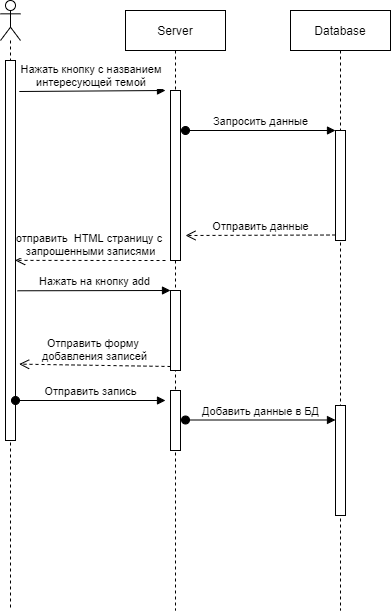
The draw.io diagram Diagrams/sequency/sequency.png in Hael13/TRITPO, before a commit. Source tidied: cells renumbered, new cells last; positions are measured from the earlier drawing's top-left corner, leaving out a move shared by most shapes.
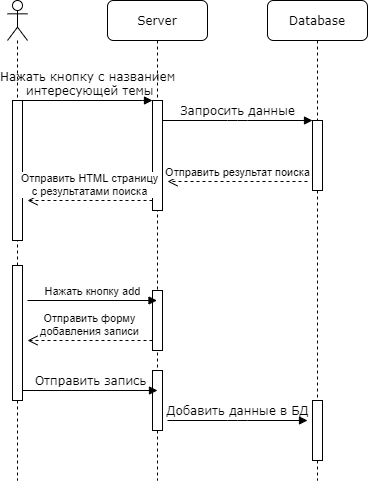
After the commit.

What changed in the source:
```diff
@@ -1,76 +1,77 @@
-<mxGraphModel>
+<mxGraphModel background="#ffffff">
   <root>
     <mxCell id="0" />
     <mxCell id="1" parent="0" />
+    <mxCell id="19" style="shape=umlLifeline;participant=umlActor;perimeter=lifelinePerimeter;whiteSpace=wrap;html=1;verticalAlign=top;spacingTop=36;" parent="1" vertex="1">
+      <mxGeometry x="65" y="10" width="20" height="480" as="geometry" />
+    </mxCell>
+    <mxCell id="20" style="html=1;perimeter=orthogonalPerimeter;" parent="19" vertex="1">
+      <mxGeometry x="5" y="265" width="10" height="135" as="geometry" />
+    </mxCell>
-    <mxCell id="2" value="Server" style="shape=umlLifeline;perimeter=lifelinePerimeter;whiteSpace=wrap;html=1;outlineConnect=0;" parent="1" vertex="1">
-      <mxGeometry x="125" y="10" width="100" height="600" as="geometry" />
+    <mxCell id="2" value="Server" style="shape=umlLifeline;perimeter=lifelinePerimeter;whiteSpace=wrap;html=1;outlineConnect=0;rounded=1;shadow=0;comic=0;labelBackgroundColor=none;strokeWidth=1;fontFamily=Verdana;fontSize=12;align=center;" parent="1" vertex="1">
+      <mxGeometry x="165" y="10" width="100" height="480" as="geometry" />
     </mxCell>
-    <mxCell id="3" style="shape=umlLifeline;participant=umlActor;perimeter=lifelinePerimeter;whiteSpace=wrap;html=1;verticalAlign=top;spacingTop=36;" parent="1" vertex="1">
-      <mxGeometry width="20" height="610" as="geometry" />
-    </mxCell>
+    <mxCell id="21" style="html=1;points=[];perimeter=orthogonalPerimeter;rounded=0;shadow=0;comic=0;labelBackgroundColor=none;strokeWidth=1;fontFamily=Verdana;fontSize=12;align=center;" parent="2" vertex="1">
+      <mxGeometry x="45" y="100" width="10" height="110" as="geometry" />
+    </mxCell>
+    <mxCell id="22" style="html=1;perimeter=orthogonalPerimeter;" parent="2" vertex="1">
+      <mxGeometry x="45" y="290" width="10" height="60" as="geometry" />
+    </mxCell>
+    <mxCell id="23" style="html=1;perimeter=orthogonalPerimeter;" parent="2" vertex="1">
+      <mxGeometry x="45" y="370" width="10" height="60" as="geometry" />
+    </mxCell>
-    <mxCell id="4" value="Database" style="shape=umlLifeline;perimeter=lifelinePerimeter;whiteSpace=wrap;html=1;" parent="1" vertex="1">
-      <mxGeometry x="290" y="10" width="100" height="600" as="geometry" />
+    <mxCell id="4" value="Database" style="shape=umlLifeline;perimeter=lifelinePerimeter;whiteSpace=wrap;html=1;rounded=1;shadow=0;comic=0;labelBackgroundColor=none;strokeWidth=1;fontFamily=Verdana;fontSize=12;align=center;" parent="1" vertex="1">
+      <mxGeometry x="325" y="10" width="100" height="480" as="geometry" />
     </mxCell>
-    <mxCell id="5" style="html=1;points=[];perimeter=orthogonalPerimeter;" parent="1" vertex="1">
-      <mxGeometry x="5" y="60" width="10" height="380" as="geometry" />
-    </mxCell>
-    <mxCell id="6" style="html=1;perimeter=orthogonalPerimeter;" parent="1" vertex="1">
-      <mxGeometry x="170" y="90" width="10" height="170" as="geometry" />
-    </mxCell>
-    <mxCell id="7" value="Нажать кнопку с названием&amp;nbsp;&lt;br&gt;интересующей темой&amp;nbsp;" style="html=1;verticalAlign=bottom;endArrow=block;exitX=1.28;exitY=0.124;exitDx=0;exitDy=0;exitPerimeter=0;" parent="1" edge="1">
-      <mxGeometry relative="1" as="geometry">
-        <mxPoint x="18.8" y="91" as="sourcePoint" />
-        <mxPoint x="165" y="90" as="targetPoint" />
-      </mxGeometry>
-    </mxCell>
-    <mxCell id="8" value="отправить&amp;nbsp; HTML страницу с&amp;nbsp;&lt;br&gt;запрошенными записями" style="html=1;verticalAlign=bottom;endArrow=open;dashed=1;endSize=8;entryX=0.96;entryY=0.526;entryDx=0;entryDy=0;entryPerimeter=0;" parent="1" edge="1" target="5">
-      <mxGeometry relative="1" as="geometry">
-        <mxPoint x="165" y="260" as="sourcePoint" />
-        <Array as="points">
-          <mxPoint x="125" y="260" />
-        </Array>
-      </mxGeometry>
-    </mxCell>
+    <mxCell id="24" style="html=1;points=[];perimeter=orthogonalPerimeter;rounded=0;shadow=0;comic=0;labelBackgroundColor=none;strokeWidth=1;fontFamily=Verdana;fontSize=12;align=center;" parent="4" vertex="1">
+      <mxGeometry x="45" y="120" width="10" height="70" as="geometry" />
+    </mxCell>
+    <mxCell id="25" style="html=1;perimeter=orthogonalPerimeter;" parent="4" vertex="1">
+      <mxGeometry x="45" y="400" width="10" height="60" as="geometry" />
+    </mxCell>
+    <mxCell id="26" value="Нажать кнопку с названием&lt;br&gt;&amp;nbsp;интересующей темы" style="html=1;verticalAlign=bottom;endArrow=block;entryX=0;entryY=0;labelBackgroundColor=none;fontFamily=Verdana;fontSize=12;edgeStyle=elbowEdgeStyle;elbow=vertical;" parent="1" edge="1" source="27" target="21">
+      <mxGeometry relative="1" as="geometry" />
+    </mxCell>
-    <mxCell id="9" value="Запросить данные" style="html=1;verticalAlign=bottom;startArrow=oval;endArrow=block;startSize=8;" parent="1" edge="1">
-      <mxGeometry relative="1" as="geometry">
-        <mxPoint x="185" y="130" as="sourcePoint" />
-        <mxPoint x="335" y="130" as="targetPoint" />
-      </mxGeometry>
+    <mxCell id="9" value="Запросить данные" style="html=1;verticalAlign=bottom;endArrow=block;entryX=0;entryY=0;labelBackgroundColor=none;fontFamily=Verdana;fontSize=12;edgeStyle=elbowEdgeStyle;elbow=vertical;" parent="1" edge="1" source="21" target="24">
+      <mxGeometry relative="1" as="geometry" />
     </mxCell>
-    <mxCell id="10" style="html=1;points=[];perimeter=orthogonalPerimeter;" parent="1" vertex="1">
-      <mxGeometry x="335" y="130" width="10" height="110" as="geometry" />
-    </mxCell>
-    <mxCell id="11" value="Отправить данные" style="html=1;verticalAlign=bottom;endArrow=open;dashed=1;endSize=8;exitX=0;exitY=0.95;" parent="1" edge="1" source="10">
-      <mxGeometry relative="1" as="geometry">
-        <mxPoint x="185" y="235" as="targetPoint" />
-      </mxGeometry>
-    </mxCell>
-    <mxCell id="12" style="html=1;points=[];perimeter=orthogonalPerimeter;" parent="1" vertex="1">
-      <mxGeometry x="170" y="290" width="10" height="80" as="geometry" />
-    </mxCell>
-    <mxCell id="13" value="Нажать на кнопку add" style="html=1;verticalAlign=bottom;endArrow=block;entryX=0;entryY=0;exitX=1.2;exitY=0.606;exitDx=0;exitDy=0;exitPerimeter=0;" parent="1" edge="1" source="5" target="12">
-      <mxGeometry relative="1" as="geometry" />
-    </mxCell>
-    <mxCell id="14" value="Отправить форму &lt;br&gt;добавления записей" style="html=1;verticalAlign=bottom;endArrow=open;dashed=1;endSize=8;exitX=0;exitY=0.95;entryX=1.36;entryY=0.799;entryDx=0;entryDy=0;entryPerimeter=0;" parent="1" edge="1" source="12" target="5">
-      <mxGeometry relative="1" as="geometry" />
-    </mxCell>
-    <mxCell id="15" style="html=1;perimeter=orthogonalPerimeter;" parent="1" vertex="1">
-      <mxGeometry x="170" y="390" width="10" height="60" as="geometry" />
-    </mxCell>
+    <mxCell id="27" style="html=1;points=[];perimeter=orthogonalPerimeter;rounded=0;shadow=0;comic=0;labelBackgroundColor=none;strokeWidth=1;fontFamily=Verdana;fontSize=12;align=center;" parent="1" vertex="1">
+      <mxGeometry x="70" y="110" width="10" height="140" as="geometry" />
+    </mxCell>
+    <mxCell id="28" value="Отправить результат поиска" style="html=1;verticalAlign=bottom;endArrow=open;dashed=1;endSize=8;" parent="1" edge="1">
+      <mxGeometry relative="1" as="geometry">
+        <mxPoint x="365" y="191" as="sourcePoint" />
+        <mxPoint x="225" y="191" as="targetPoint" />
+      </mxGeometry>
+    </mxCell>
+    <mxCell id="29" value="Нажать кнопку add" style="html=1;verticalAlign=bottom;endArrow=block;" parent="1" edge="1" target="2">
+      <mxGeometry relative="1" as="geometry">
+        <mxPoint x="85" y="310" as="sourcePoint" />
+      </mxGeometry>
+    </mxCell>
+    <mxCell id="30" value="Отправить HTML страницу&lt;br&gt;с результатами поиска" style="html=1;verticalAlign=bottom;endArrow=open;dashed=1;endSize=8;" parent="1" edge="1">
+      <mxGeometry relative="1" as="geometry">
+        <mxPoint x="210" y="210" as="sourcePoint" />
+        <mxPoint x="85" y="210" as="targetPoint" />
+      </mxGeometry>
+    </mxCell>
+    <mxCell id="31" value="Отправить форму&lt;br&gt;добавления записи" style="html=1;verticalAlign=bottom;endArrow=open;dashed=1;endSize=8;" parent="1" edge="1">
+      <mxGeometry relative="1" as="geometry">
+        <mxPoint x="210" y="350" as="sourcePoint" />
+        <mxPoint x="85" y="350" as="targetPoint" />
+      </mxGeometry>
+    </mxCell>
-    <mxCell id="16" value="Отправить запись" style="html=1;verticalAlign=bottom;startArrow=oval;startFill=1;endArrow=block;startSize=8;" parent="1" edge="1">
+    <mxCell id="16" value="Отправить запись" style="html=1;verticalAlign=bottom;endArrow=block;labelBackgroundColor=none;fontFamily=Verdana;fontSize=12;edgeStyle=elbowEdgeStyle;elbow=vertical;" parent="1" edge="1">
       <mxGeometry relative="1" as="geometry">
-        <mxPoint x="15" y="400" as="sourcePoint" />
-        <mxPoint x="165" y="400" as="targetPoint" />
+        <mxPoint x="80" y="400" as="sourcePoint" />
+        <mxPoint x="215" y="400" as="targetPoint" />
       </mxGeometry>
     </mxCell>
-    <mxCell id="17" value="Добавить данные в БД" style="html=1;verticalAlign=bottom;startArrow=oval;endArrow=block;startSize=8;" parent="1" edge="1">
+    <mxCell id="17" value="Добавить данные в БД" style="html=1;verticalAlign=bottom;endArrow=block;labelBackgroundColor=none;fontFamily=Verdana;fontSize=12;edgeStyle=elbowEdgeStyle;elbow=vertical;" parent="1" edge="1">
       <mxGeometry relative="1" as="geometry">
-        <mxPoint x="185" y="419.5" as="sourcePoint" />
-        <mxPoint x="335" y="419.5" as="targetPoint" />
+        <mxPoint x="225" y="430" as="sourcePoint" />
+        <mxPoint x="365" y="430" as="targetPoint" />
       </mxGeometry>
     </mxCell>
-    <mxCell id="18" style="html=1;perimeter=orthogonalPerimeter;" parent="1" vertex="1">
-      <mxGeometry x="335" y="405" width="10" height="110" as="geometry" />
-    </mxCell>
   </root>
 </mxGraphModel>
```
